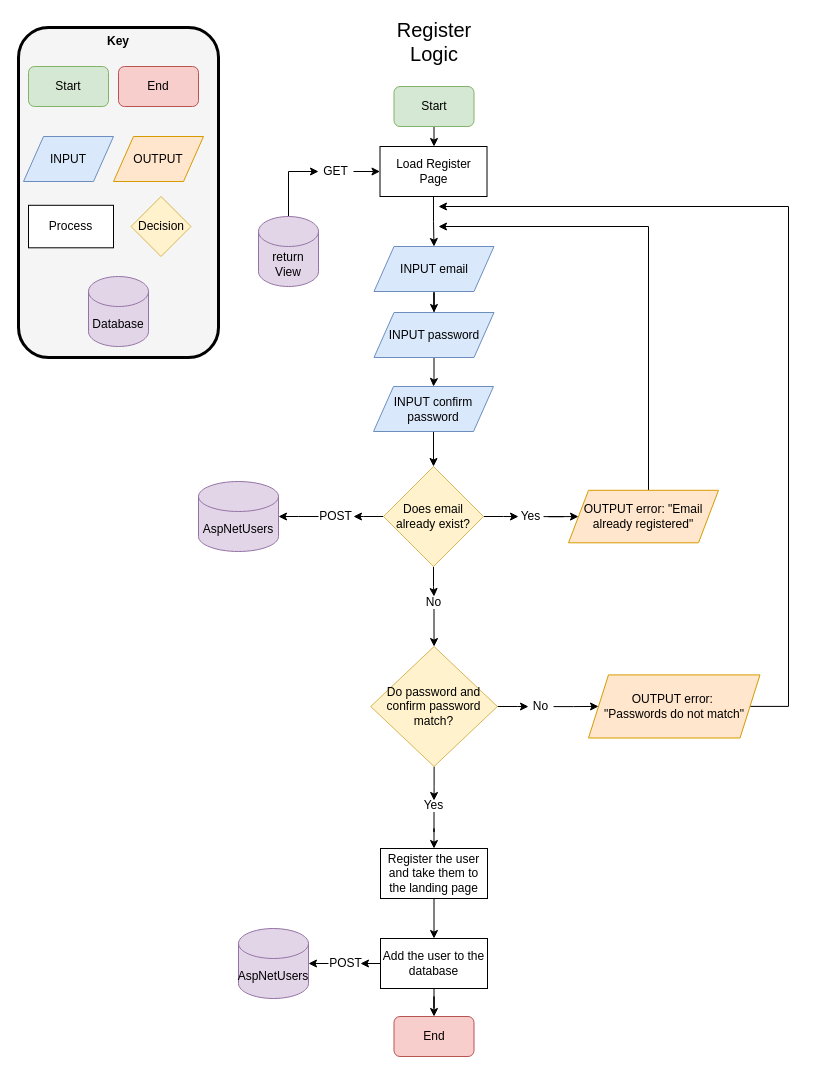
The draw.io diagram Task 1/Task 1b/Images/Algorithms/New folder/Register.drawio in Arabstyler451/ExamG, before the edit. Source tidied: cells renumbered, new cells numbered last; positions are measured from the earlier drawing's top-left corner, leaving out a move shared by most shapes. Both pictures are drawn from the tidied source at 100%, with x=0, y=0 at pixel (18, 26).
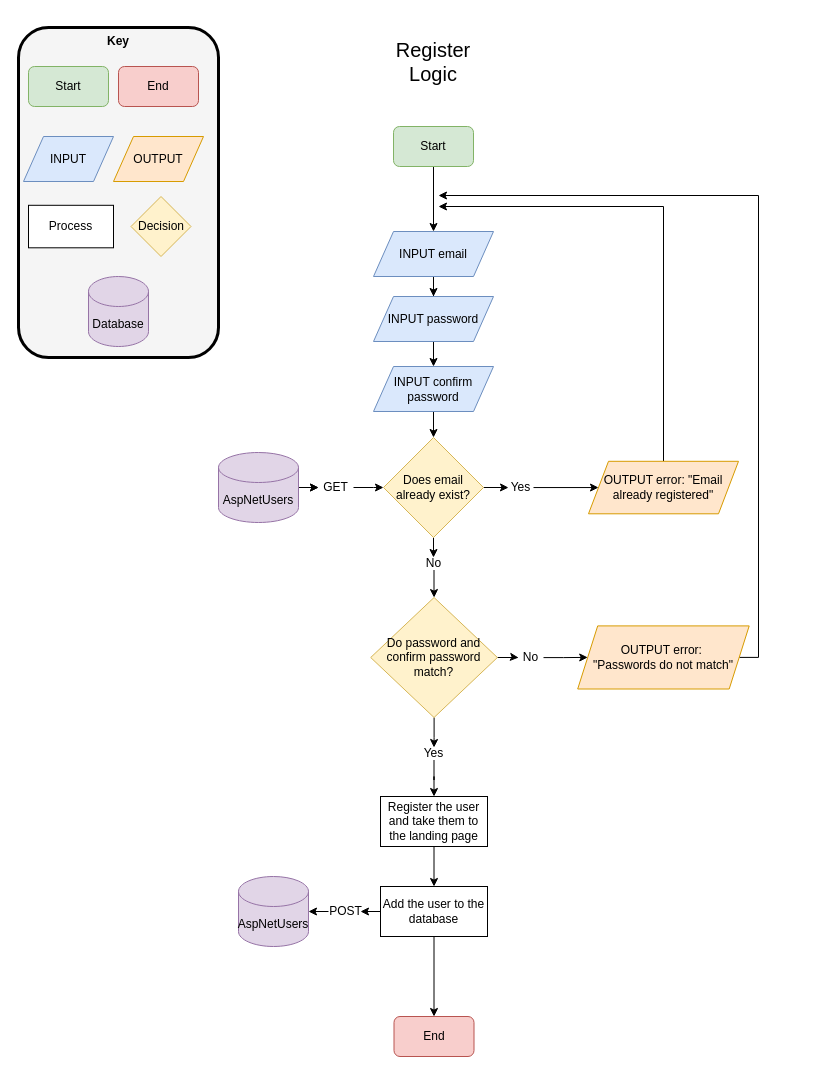
The same page after the edit.

What changed in the source:
```diff
@@
     <mxCell id="3" value="&lt;font style=&quot;font-size: 20px;&quot;&gt;Register Logic&lt;/font&gt;" style="text;html=1;whiteSpace=wrap;strokeColor=none;fillColor=none;align=center;verticalAlign=middle;rounded=0;" parent="1" vertex="1">
-      <mxGeometry x="385.5" width="60" height="30" as="geometry" />
+      <mxGeometry x="385" y="20" width="60" height="30" as="geometry" />
     </mxCell>
-    <mxCell id="4" style="edgeStyle=orthogonalEdgeStyle;rounded=0;jettySize=auto;html=1;" parent="1" edge="1" source="5" target="52">
-      <mxGeometry relative="1" as="geometry" />
-    </mxCell>
+    <mxCell id="57" style="edgeStyle=orthogonalEdgeStyle;rounded=0;jettySize=auto;html=1;" parent="1" edge="1" source="5" target="15">
+      <mxGeometry relative="1" as="geometry" />
+    </mxCell>
     <mxCell id="5" value="Start" style="rounded=1;whiteSpace=wrap;html=1;fillColor=#d5e8d4;strokeColor=#82b366;" parent="1" vertex="1">
-      <mxGeometry x="375.5" y="60" width="80" height="40" as="geometry" />
+      <mxGeometry x="375" y="100" width="80" height="40" as="geometry" />
     </mxCell>
@@
     <mxCell id="15" value="INPUT email" style="shape=parallelogram;perimeter=parallelogramPerimeter;whiteSpace=wrap;html=1;fixedSize=1;fillColor=#dae8fc;strokeColor=#6c8ebf;" parent="1" vertex="1">
-      <mxGeometry x="355.5" y="220" width="120" height="45" as="geometry" />
+      <mxGeometry x="355" y="205" width="120" height="45" as="geometry" />
     </mxCell>
@@
     <mxCell id="17" value="INPUT password" style="shape=parallelogram;perimeter=parallelogramPerimeter;whiteSpace=wrap;html=1;fixedSize=1;fillColor=#dae8fc;strokeColor=#6c8ebf;" parent="1" vertex="1">
-      <mxGeometry x="355.5" y="286" width="120" height="45" as="geometry" />
+      <mxGeometry x="355" y="270" width="120" height="45" as="geometry" />
     </mxCell>
@@
     <mxCell id="19" value="INPUT confirm password" style="shape=parallelogram;perimeter=parallelogramPerimeter;whiteSpace=wrap;html=1;fixedSize=1;fillColor=#dae8fc;strokeColor=#6c8ebf;" parent="1" vertex="1">
-      <mxGeometry x="355" y="360" width="120" height="45" as="geometry" />
+      <mxGeometry x="355" y="340" width="120" height="45" as="geometry" />
     </mxCell>
@@
-    <mxCell id="22" style="edgeStyle=orthogonalEdgeStyle;rounded=0;jettySize=auto;html=1;" parent="1" edge="1" source="23" target="41">
-      <mxGeometry relative="1" as="geometry" />
-    </mxCell>
     <mxCell id="23" value="Does email already exist?" style="rhombus;whiteSpace=wrap;html=1;fillColor=#fff2cc;strokeColor=#d6b656;" parent="1" vertex="1">
-      <mxGeometry x="365" y="440" width="100" height="100" as="geometry" />
+      <mxGeometry x="365" y="411" width="100" height="100" as="geometry" />
     </mxCell>
     <mxCell id="24" style="edgeStyle=orthogonalEdgeStyle;rounded=0;jettySize=auto;html=1;" parent="1" edge="1" source="25">
       <mxGeometry relative="1" as="geometry">
-        <mxPoint x="420" y="200" as="targetPoint" />
+        <mxPoint x="420" y="180" as="targetPoint" />
         <Array as="points">
-          <mxPoint x="630" y="200" />
+          <mxPoint x="645" y="180" />
         </Array>
       </mxGeometry>
     </mxCell>
     <mxCell id="25" value="OUTPUT error: &quot;Email already registered&quot;" style="shape=parallelogram;perimeter=parallelogramPerimeter;whiteSpace=wrap;html=1;fixedSize=1;fillColor=#ffe6cc;strokeColor=#d79b00;" parent="1" vertex="1">
-      <mxGeometry x="550" y="463.8" width="150" height="52.5" as="geometry" />
+      <mxGeometry x="570" y="434.8" width="150" height="52.5" as="geometry" />
     </mxCell>
@@
     <mxCell id="27" value="Yes" style="text;html=1;whiteSpace=wrap;strokeColor=none;fillColor=none;align=center;verticalAlign=middle;rounded=0;" parent="1" vertex="1">
-      <mxGeometry x="500" y="483.8" width="25" height="12.5" as="geometry" />
+      <mxGeometry x="490" y="454.8" width="25" height="12.5" as="geometry" />
     </mxCell>
@@
     <mxCell id="29" value="No" style="text;html=1;whiteSpace=wrap;strokeColor=none;fillColor=none;align=center;verticalAlign=middle;rounded=0;" parent="1" vertex="1">
-      <mxGeometry x="403" y="570" width="25" height="12.5" as="geometry" />
+      <mxGeometry x="403" y="531" width="25" height="12.5" as="geometry" />
     </mxCell>
@@
-    <mxCell id="31" style="edgeStyle=orthogonalEdgeStyle;rounded=0;jettySize=auto;html=1;" parent="1" edge="1" source="32">
-      <mxGeometry relative="1" as="geometry">
-        <mxPoint x="415.5" y="774" as="targetPoint" />
-      </mxGeometry>
+    <mxCell id="31" style="edgeStyle=orthogonalEdgeStyle;rounded=0;jettySize=auto;html=1;" parent="1" edge="1" source="32" target="38">
+      <mxGeometry relative="1" as="geometry" />
     </mxCell>
     <mxCell id="32" value="Do password and confirm password match?" style="rhombus;whiteSpace=wrap;html=1;fillColor=#fff2cc;strokeColor=#d6b656;" parent="1" vertex="1">
-      <mxGeometry x="352.2" y="620" width="126.7" height="120" as="geometry" />
+      <mxGeometry x="352.2" y="571" width="126.7" height="120" as="geometry" />
     </mxCell>
@@
     <mxCell id="34" value="No" style="text;html=1;whiteSpace=wrap;strokeColor=none;fillColor=none;align=center;verticalAlign=middle;rounded=0;" parent="1" vertex="1">
-      <mxGeometry x="510" y="673.8" width="25" height="12.5" as="geometry" />
+      <mxGeometry x="500" y="624.8" width="25" height="12.5" as="geometry" />
     </mxCell>
     <mxCell id="35" style="edgeStyle=orthogonalEdgeStyle;rounded=0;jettySize=auto;html=1;" parent="1" edge="1" source="36">
       <mxGeometry relative="1" as="geometry">
-        <mxPoint x="420" y="180" as="targetPoint" />
+        <mxPoint x="420" y="169" as="targetPoint" />
         <Array as="points">
-          <mxPoint x="770" y="680" />
-          <mxPoint x="770" y="180" />
+          <mxPoint x="740" y="630" />
+          <mxPoint x="740" y="169" />
         </Array>
       </mxGeometry>
     </mxCell>
     <mxCell id="36" value="OUTPUT error:&amp;nbsp;&lt;div&gt;&lt;span style=&quot;background-color: transparent; color: light-dark(rgb(0, 0, 0), rgb(255, 255, 255));&quot;&gt;&quot;Passwords do not match&quot;&lt;/span&gt;&lt;/div&gt;" style="shape=parallelogram;perimeter=parallelogramPerimeter;whiteSpace=wrap;html=1;fixedSize=1;fillColor=#ffe6cc;strokeColor=#d79b00;" parent="1" vertex="1">
-      <mxGeometry x="570" y="648.4" width="171.5" height="63.1" as="geometry" />
+      <mxGeometry x="559.2" y="599.4" width="171.5" height="63.1" as="geometry" />
     </mxCell>
@@
     <mxCell id="38" value="Yes" style="text;html=1;whiteSpace=wrap;strokeColor=none;fillColor=none;align=center;verticalAlign=middle;rounded=0;" parent="1" vertex="1">
-      <mxGeometry x="403" y="773" width="25" height="12.5" as="geometry" />
+      <mxGeometry x="403" y="721" width="25" height="12.5" as="geometry" />
     </mxCell>
+    <mxCell id="58" style="edgeStyle=orthogonalEdgeStyle;rounded=0;jettySize=auto;html=1;" parent="1" edge="1" source="39" target="41">
+      <mxGeometry relative="1" as="geometry" />
+    </mxCell>
+    <mxCell id="59" style="edgeStyle=orthogonalEdgeStyle;rounded=0;jettySize=auto;html=1;" parent="1" edge="1" source="39" target="41">
+      <mxGeometry relative="1" as="geometry" />
+    </mxCell>
     <mxCell id="39" value="AspNetUsers" style="shape=cylinder3;whiteSpace=wrap;html=1;boundedLbl=1;backgroundOutline=1;size=15;fillColor=#e1d5e7;strokeColor=#9673a6;" parent="1" vertex="1">
-      <mxGeometry x="180" y="455" width="80" height="70" as="geometry" />
+      <mxGeometry x="200" y="426" width="80" height="70" as="geometry" />
     </mxCell>
-    <mxCell id="40" style="edgeStyle=orthogonalEdgeStyle;rounded=0;jettySize=auto;html=1;" parent="1" edge="1" source="41" target="39">
-      <mxGeometry relative="1" as="geometry" />
-    </mxCell>
+    <mxCell id="60" style="edgeStyle=orthogonalEdgeStyle;rounded=0;jettySize=auto;html=1;" parent="1" edge="1" source="41" target="23">
+      <mxGeometry relative="1" as="geometry" />
+    </mxCell>
-    <mxCell id="41" value="POST" style="text;html=1;whiteSpace=wrap;strokeColor=none;fillColor=none;align=center;verticalAlign=middle;rounded=0;" parent="1" vertex="1">
-      <mxGeometry x="300" y="481.2" width="35" height="17.5" as="geometry" />
+    <mxCell id="41" value="GET" style="text;html=1;whiteSpace=wrap;strokeColor=none;fillColor=none;align=center;verticalAlign=middle;rounded=0;" parent="1" vertex="1">
+      <mxGeometry x="300" y="452.2" width="35" height="17.5" as="geometry" />
     </mxCell>
@@
     <mxCell id="43" value="Register the user and take them to the landing page" style="rounded=0;whiteSpace=wrap;html=1;" parent="1" vertex="1">
-      <mxGeometry x="362" y="822" width="107" height="50" as="geometry" />
+      <mxGeometry x="362" y="770" width="107" height="50" as="geometry" />
     </mxCell>
@@
     <mxCell id="46" value="Add the user to the database" style="rounded=0;whiteSpace=wrap;html=1;" parent="1" vertex="1">
-      <mxGeometry x="362" y="912" width="107" height="50" as="geometry" />
+      <mxGeometry x="362" y="860" width="107" height="50" as="geometry" />
     </mxCell>
     <mxCell id="47" value="AspNetUsers" style="shape=cylinder3;whiteSpace=wrap;html=1;boundedLbl=1;backgroundOutline=1;size=15;fillColor=#e1d5e7;strokeColor=#9673a6;" parent="1" vertex="1">
-      <mxGeometry x="220" y="902" width="70" height="70" as="geometry" />
+      <mxGeometry x="220" y="850" width="70" height="70" as="geometry" />
     </mxCell>
@@
     <mxCell id="49" value="POST" style="text;html=1;whiteSpace=wrap;strokeColor=none;fillColor=none;align=center;verticalAlign=middle;rounded=0;" parent="1" vertex="1">
-      <mxGeometry x="310" y="928.2" width="35" height="17.5" as="geometry" />
+      <mxGeometry x="310" y="876.2" width="35" height="17.5" as="geometry" />
     </mxCell>
@@
-    <mxCell id="51" style="edgeStyle=orthogonalEdgeStyle;rounded=0;jettySize=auto;html=1;entryX=0.5;entryY=0;entryDx=0;entryDy=0;" parent="1" edge="1" source="52" target="15">
-      <mxGeometry relative="1" as="geometry" />
-    </mxCell>
-    <mxCell id="52" value="Load Register Page" style="rounded=0;whiteSpace=wrap;html=1;" parent="1" vertex="1">
-      <mxGeometry x="361.5" y="120" width="107" height="50" as="geometry" />
-    </mxCell>
-    <mxCell id="53" style="edgeStyle=orthogonalEdgeStyle;rounded=0;jettySize=auto;html=1;" parent="1" edge="1" source="54" target="56">
-      <mxGeometry relative="1" as="geometry">
-        <Array as="points">
-          <mxPoint x="270" y="145" />
-        </Array>
-      </mxGeometry>
-    </mxCell>
-    <mxCell id="54" value="return View" style="shape=cylinder3;whiteSpace=wrap;html=1;boundedLbl=1;backgroundOutline=1;size=15;fillColor=#e1d5e7;strokeColor=#9673a6;" parent="1" vertex="1">
-      <mxGeometry x="240" y="190" width="60" height="70" as="geometry" />
-    </mxCell>
-    <mxCell id="55" style="edgeStyle=orthogonalEdgeStyle;rounded=0;jettySize=auto;html=1;" parent="1" edge="1" source="56" target="52">
-      <mxGeometry relative="1" as="geometry" />
-    </mxCell>
-    <mxCell id="56" value="GET" style="text;html=1;whiteSpace=wrap;strokeColor=none;fillColor=none;align=center;verticalAlign=middle;rounded=0;" parent="1" vertex="1">
-      <mxGeometry x="300" y="136.2" width="35" height="17.5" as="geometry" />
-    </mxCell>
```
